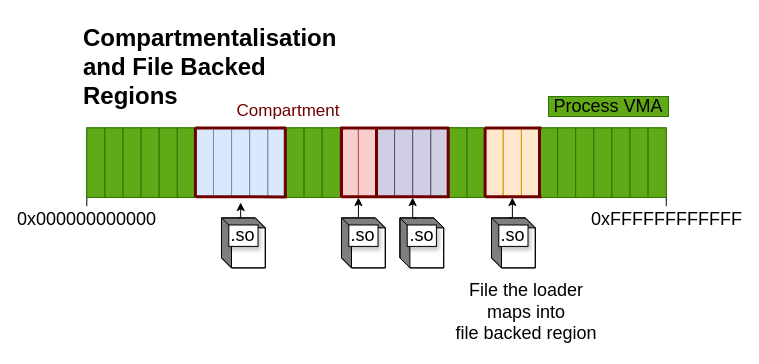
Earlier version of the draw.io diagram diagrams/compartments-around-so.drawio (tcassar-diss/report). Source tidied: cells renumbered, new cells numbered last; positions are measured from the earlier drawing's top-left corner, leaving out a move shared by most shapes. Both pictures are drawn from the tidied source at 100%, with x=0, y=0 at pixel (41, 17).
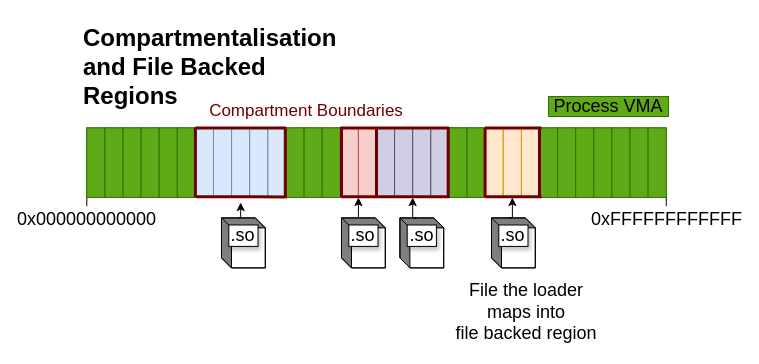
The same diagram, later.

Change to the diagram source:
```diff
@@
-    <mxCell id="79" value="Compartment" style="text;html=1;align=center;verticalAlign=middle;whiteSpace=wrap;rounded=0;fontSize=17;fontColor=light-dark(#6f0000, #ededed);" parent="1" vertex="1">
-      <mxGeometry x="217" y="79" width="60" height="30" as="geometry" />
+    <mxCell id="79" value="Compartment Boundaries" style="text;html=1;align=center;verticalAlign=middle;whiteSpace=wrap;rounded=0;fontSize=17;fontColor=light-dark(#6f0000, #ededed);" parent="1" vertex="1">
+      <mxGeometry x="160" y="79" width="210" height="30" as="geometry" />
     </mxCell>
```
